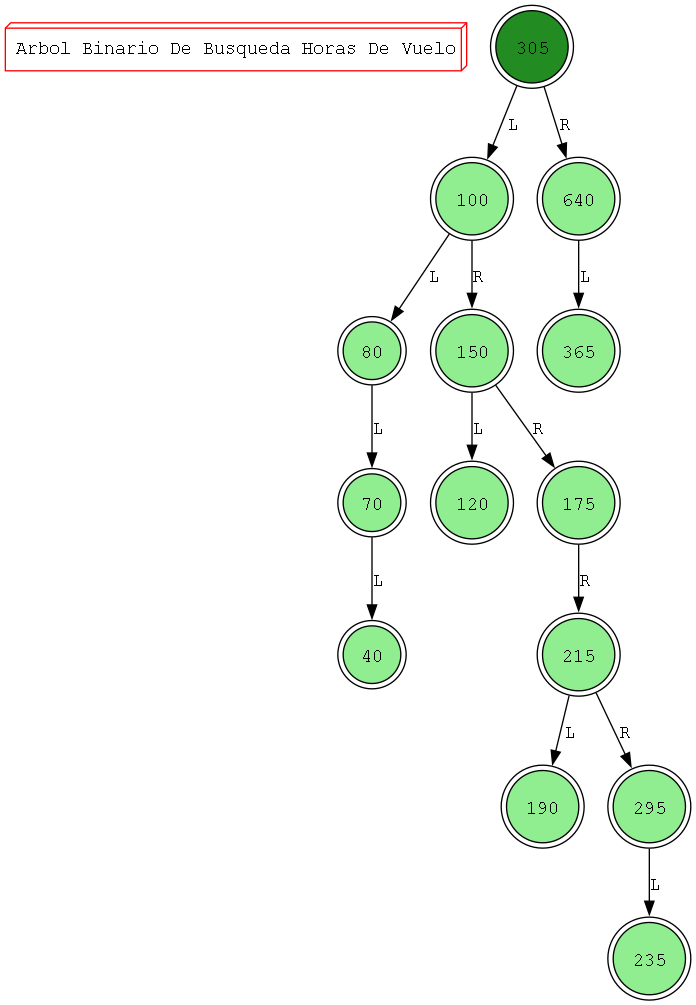
Above: Reportes/ArbolBB_horas_de_vuelo.png in Josue013/202202481_EDD_Proyecto (Graphviz), before the change. Its source is kept beside it as Reportes/ArbolBB_horas_de_vuelo.dot.
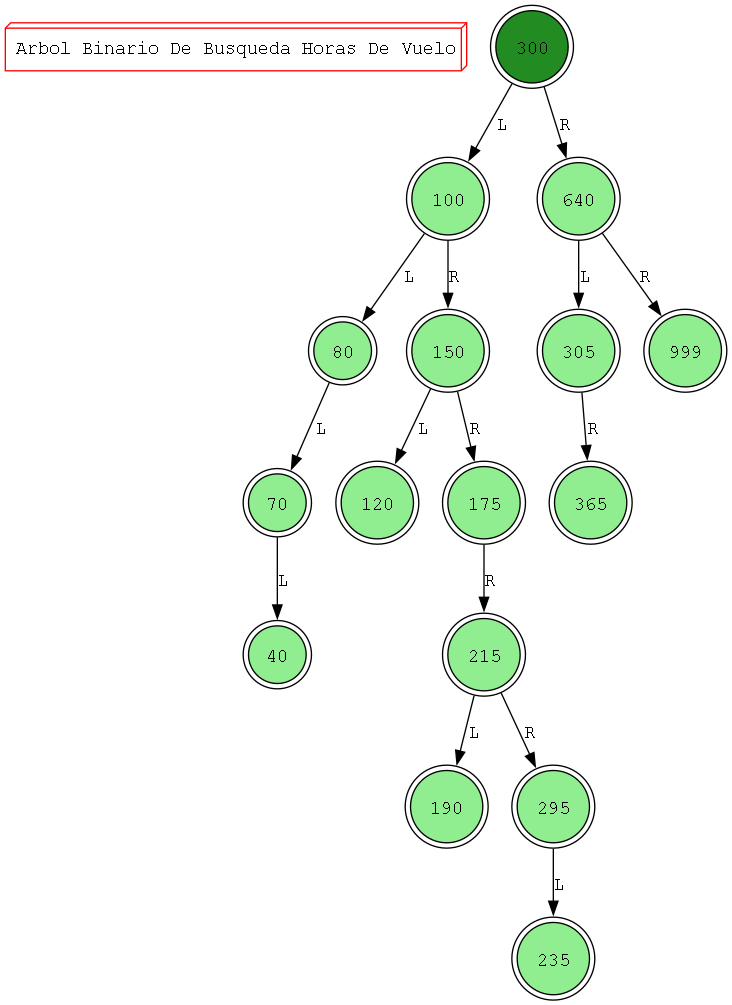
After the commit.

What changed in the source:
```diff
@@ -2,8 +2,8 @@
 node [shape=doublecircle, fontname="Courier New"];
 edge [fontname="Courier New"];
 Titulo [fontname="Courier New", color=red shape=box3d label="Arbol Binario De Busqueda Horas De Vuelo"];
-305 [style=filled, fillcolor=forestgreen];
-305 -> 100 [label="L"];
+300 [style=filled, fillcolor=forestgreen];
+300 -> 100 [label="L"];
 100 [style=filled, fillcolor=lightgreen];
 100 -> 80 [label="L"];
 80 [style=filled, fillcolor=lightgreen];
@@ -25,8 +25,12 @@
 295 [style=filled, fillcolor=lightgreen];
 295 -> 235 [label="L"];
 235 [style=filled, fillcolor=lightgreen];
-305 -> 640 [label="R"];
+300 -> 640 [label="R"];
 640 [style=filled, fillcolor=lightgreen];
-640 -> 365 [label="L"];
+640 -> 305 [label="L"];
+305 [style=filled, fillcolor=lightgreen];
+305 -> 365 [label="R"];
 365 [style=filled, fillcolor=lightgreen];
+640 -> 999 [label="R"];
+999 [style=filled, fillcolor=lightgreen];
 }
```
